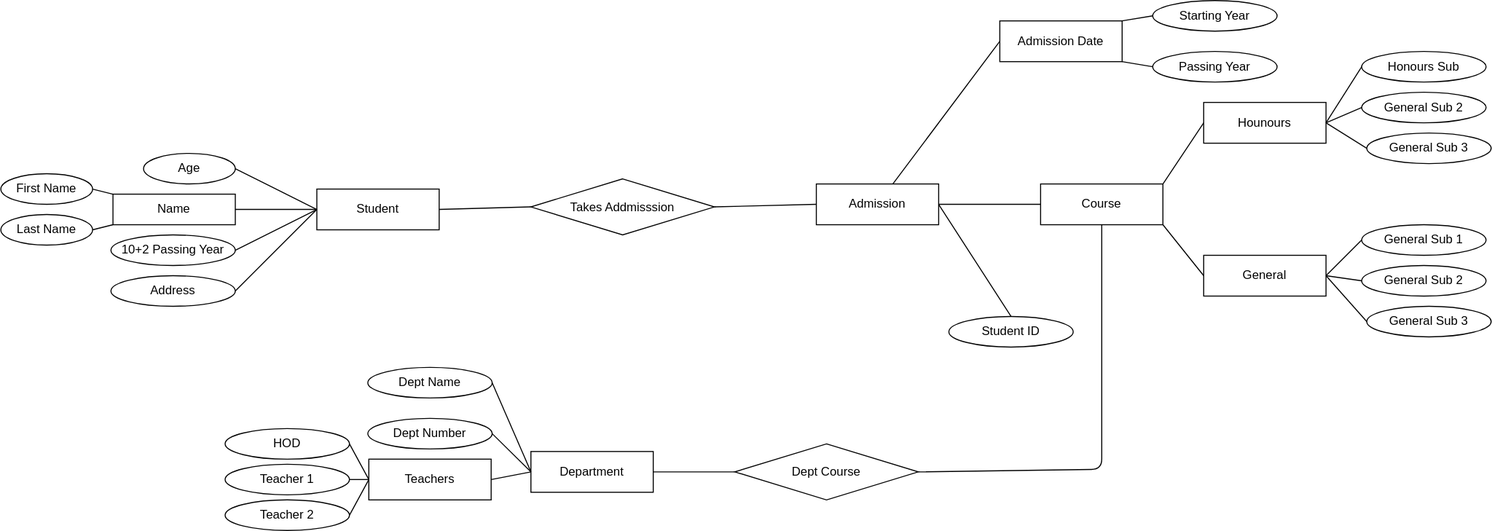
Before: er_dig_college_mgm_26_09_2020.svg, a diagram exported from draw.io (listout/drawio_digs). Source tidied: cells renumbered, new cells last; positions are measured from the earlier drawing's top-left corner, leaving out a move shared by most shapes.
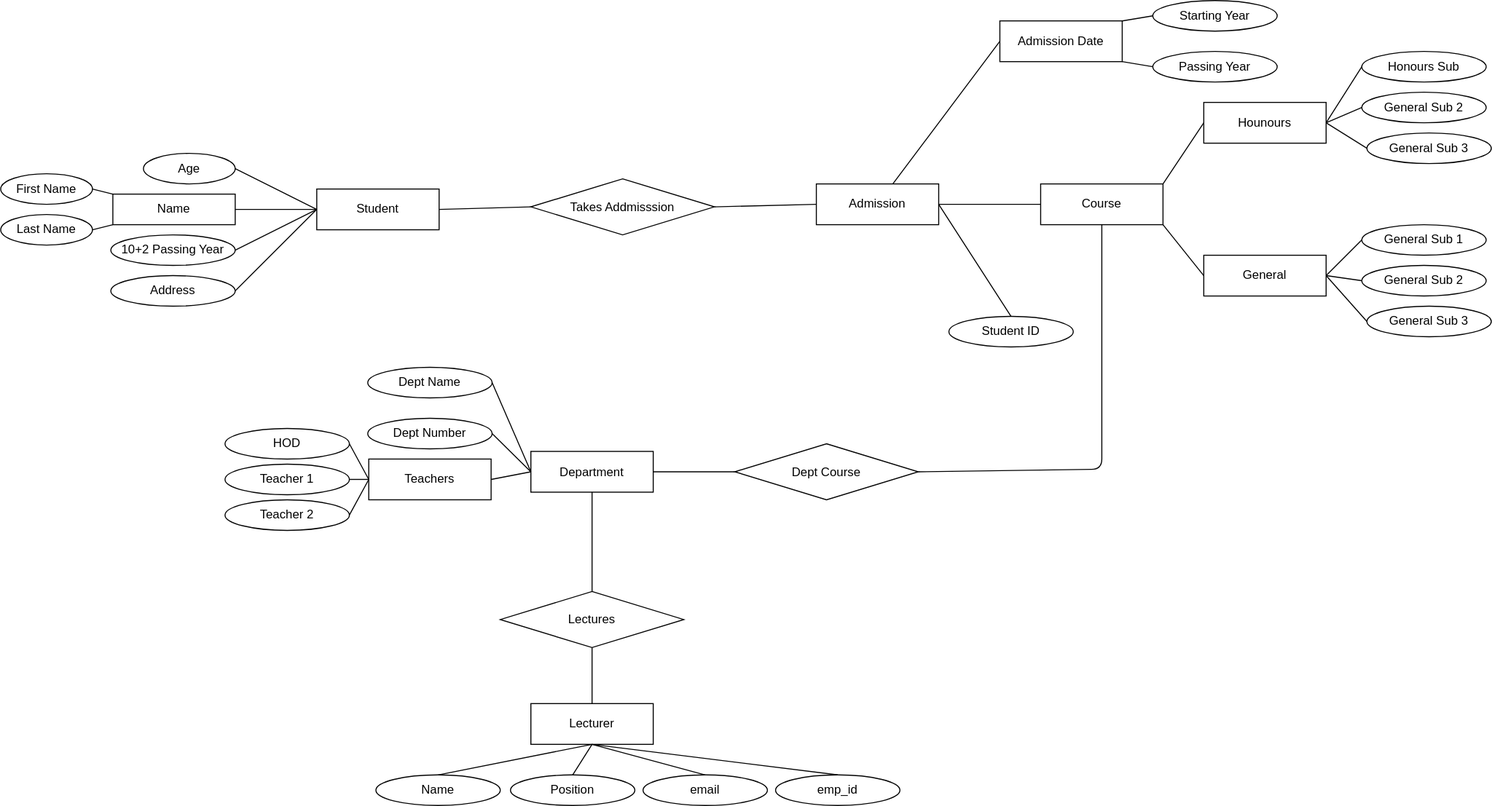
Later version of the same file.

Diff of the diagram source:
```diff
@@ -183,5 +183,41 @@
     <mxCell id="60" style="endArrow=none;html=1;entryX=0;entryY=0.5;entryDx=0;entryDy=0;exitX=1;exitY=0.5;exitDx=0;exitDy=0;" parent="1" edge="1" source="51" target="49">
       <mxGeometry relative="1" as="geometry" />
     </mxCell>
+    <mxCell id="61" value="Lectures" style="rhombus;whiteSpace=wrap;html=1;" parent="1" vertex="1">
+      <mxGeometry x="490" y="580" width="180" height="55" as="geometry" />
+    </mxCell>
+    <mxCell id="62" value="Lecturer" style="rounded=0;whiteSpace=wrap;html=1;" parent="1" vertex="1">
+      <mxGeometry x="520" y="690" width="120" height="40" as="geometry" />
+    </mxCell>
+    <mxCell id="63" value="Name" style="ellipse;whiteSpace=wrap;html=1;" parent="1" vertex="1">
+      <mxGeometry x="368" y="760" width="122" height="30" as="geometry" />
+    </mxCell>
+    <mxCell id="64" value="Position" style="ellipse;whiteSpace=wrap;html=1;" parent="1" vertex="1">
+      <mxGeometry x="500" y="760" width="122" height="30" as="geometry" />
+    </mxCell>
+    <mxCell id="65" value="email" style="ellipse;whiteSpace=wrap;html=1;" parent="1" vertex="1">
+      <mxGeometry x="630" y="760" width="122" height="30" as="geometry" />
+    </mxCell>
+    <mxCell id="66" value="emp_id" style="ellipse;whiteSpace=wrap;html=1;" parent="1" vertex="1">
+      <mxGeometry x="760" y="760" width="122" height="30" as="geometry" />
+    </mxCell>
+    <mxCell id="67" style="endArrow=none;html=1;entryX=0.5;entryY=0;entryDx=0;entryDy=0;exitX=0.5;exitY=1;exitDx=0;exitDy=0;" parent="1" edge="1" source="45" target="61">
+      <mxGeometry relative="1" as="geometry" />
+    </mxCell>
+    <mxCell id="68" style="endArrow=none;html=1;exitX=0.5;exitY=0;exitDx=0;exitDy=0;entryX=0.5;entryY=1;entryDx=0;entryDy=0;" parent="1" edge="1" source="62" target="61">
+      <mxGeometry relative="1" as="geometry" />
+    </mxCell>
+    <mxCell id="69" style="endArrow=none;html=1;exitX=0.5;exitY=1;exitDx=0;exitDy=0;entryX=0.5;entryY=0;entryDx=0;entryDy=0;" parent="1" edge="1" source="62" target="63">
+      <mxGeometry relative="1" as="geometry" />
+    </mxCell>
+    <mxCell id="70" style="endArrow=none;html=1;exitX=0.5;exitY=1;exitDx=0;exitDy=0;entryX=0.5;entryY=0;entryDx=0;entryDy=0;" parent="1" edge="1" source="62" target="64">
+      <mxGeometry relative="1" as="geometry" />
+    </mxCell>
+    <mxCell id="71" style="endArrow=none;html=1;exitX=0.5;exitY=1;exitDx=0;exitDy=0;entryX=0.5;entryY=0;entryDx=0;entryDy=0;" parent="1" edge="1" source="62" target="65">
+      <mxGeometry relative="1" as="geometry" />
+    </mxCell>
+    <mxCell id="72" style="endArrow=none;html=1;exitX=0.5;exitY=1;exitDx=0;exitDy=0;entryX=0.5;entryY=0;entryDx=0;entryDy=0;" parent="1" edge="1" source="62" target="66">
+      <mxGeometry relative="1" as="geometry" />
+    </mxCell>
   </root>
 </mxGraphModel>
```
